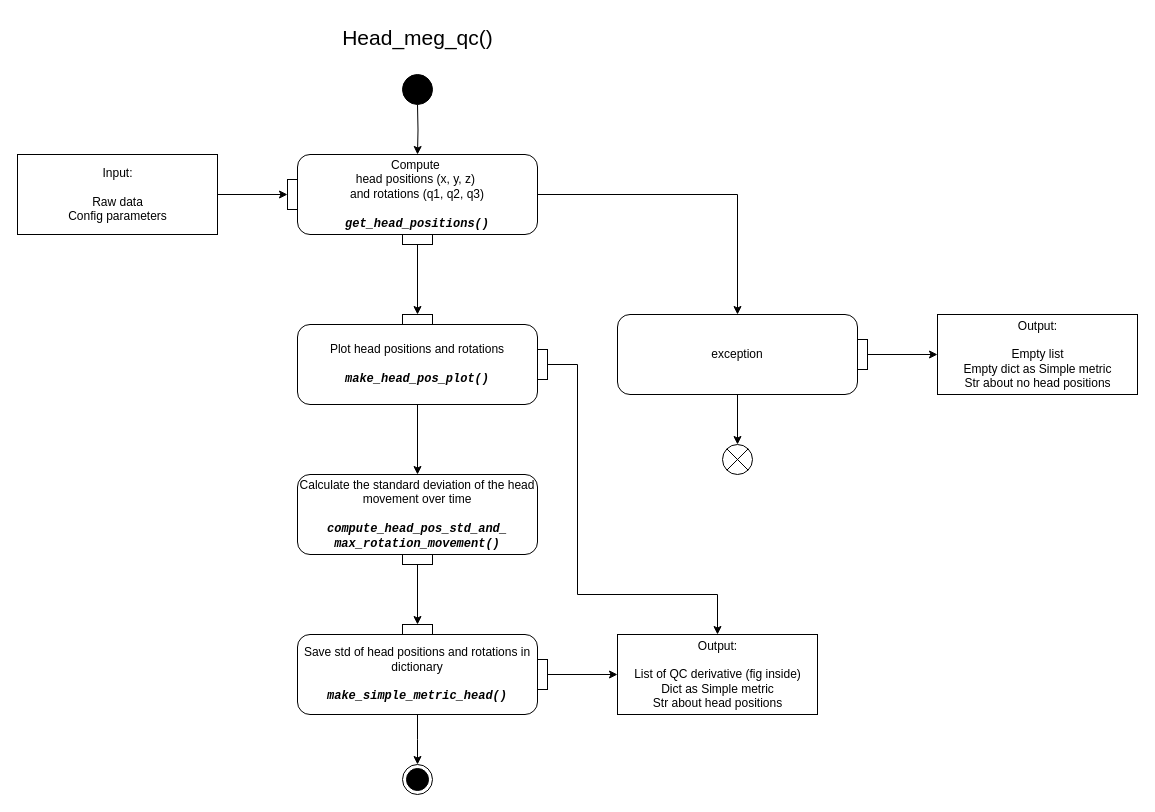
oldgandalf/MEGqcJorge keeps this draw.io diagram as docs/diagrams/_Head_UML2.5.drawio. Above is the earlier version. Source tidied: cells renumbered, new cells numbered last; positions are measured from the earlier drawing's top-left corner, leaving out a move shared by most shapes. Both pictures are drawn from the tidied source at 100%, with x=0, y=0 at pixel (17, 17).
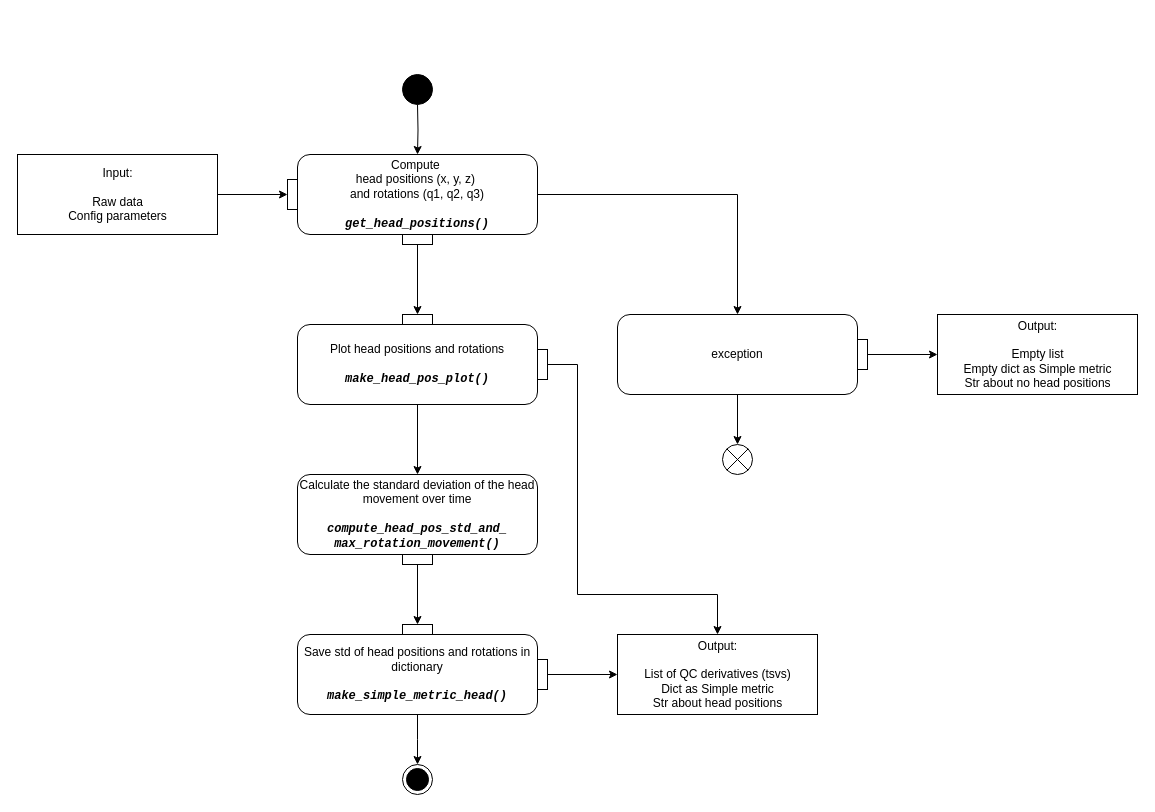
The same page after the edit.

What changed in the source:
```diff
@@
-    <mxCell id="2" value="Output:&lt;br&gt;&lt;br&gt;List of QC derivative (fig inside)&lt;br&gt;Dict as Simple metric&lt;br&gt;Str about head positions" style="html=1;dashed=0;fontFamily=Helvetica;fontSize=12;fontColor=rgb(0, 0, 0);align=center;strokeColor=rgb(0, 0, 0);fillColor=rgb(255, 255, 255);" parent="1" vertex="1">
+    <mxCell id="2" value="Output:&lt;br&gt;&lt;br&gt;List of QC derivatives (tsvs)&lt;br&gt;Dict as Simple metric&lt;br&gt;Str about head positions" style="html=1;dashed=0;fontFamily=Helvetica;fontSize=12;fontColor=rgb(0, 0, 0);align=center;strokeColor=rgb(0, 0, 0);fillColor=rgb(255, 255, 255);" parent="1" vertex="1">
       <mxGeometry x="600" y="617" width="200" height="80" as="geometry" />
     </mxCell>
@@
-    <mxCell id="37" value="&lt;font style=&quot;font-size: 21px;&quot;&gt;Head_meg_qc()&lt;/font&gt;" style="text;html=1;align=center;verticalAlign=middle;strokeColor=none;fillColor=none;" parent="1" vertex="1">
-      <mxGeometry x="315" width="170" height="40" as="geometry" />
-    </mxCell>
```
